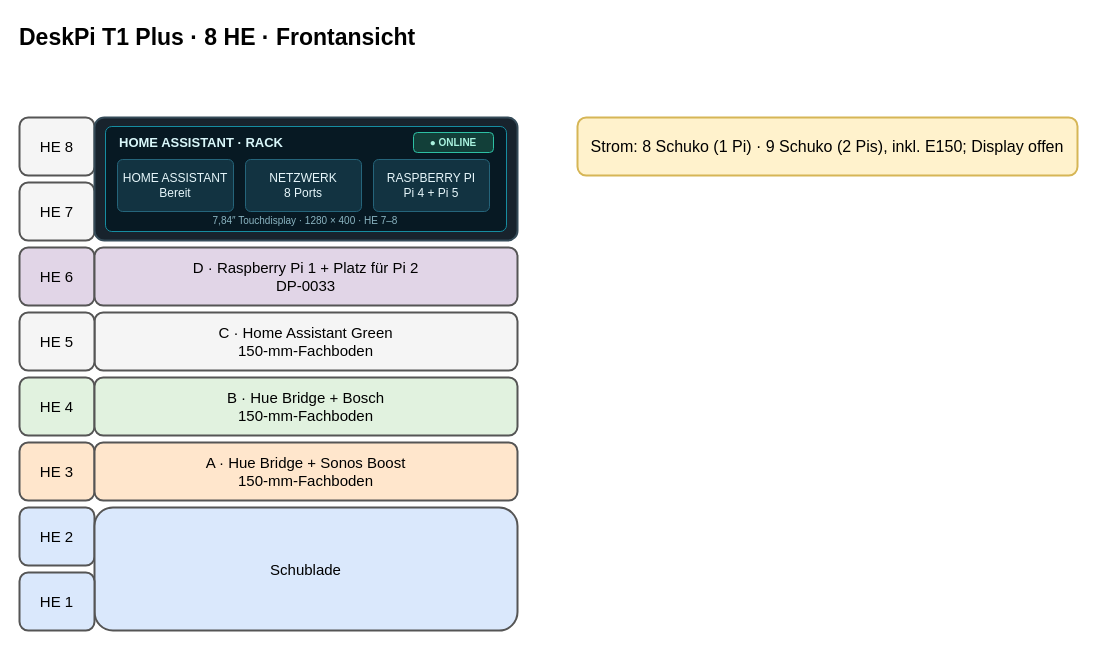
Above: page "DeskPi 8 HE – Front" (1 of 5) of 10-zoll-rack-planung.drawio in tiptronic/diagrams (draw.io), before the change. Source tidied: cells renumbered, new cells numbered last; positions are measured from the earlier drawing's top-left corner, leaving out a move shared by most shapes. Both pictures are drawn from the tidied source at 100%, with x=0, y=0 at pixel (17, 17).
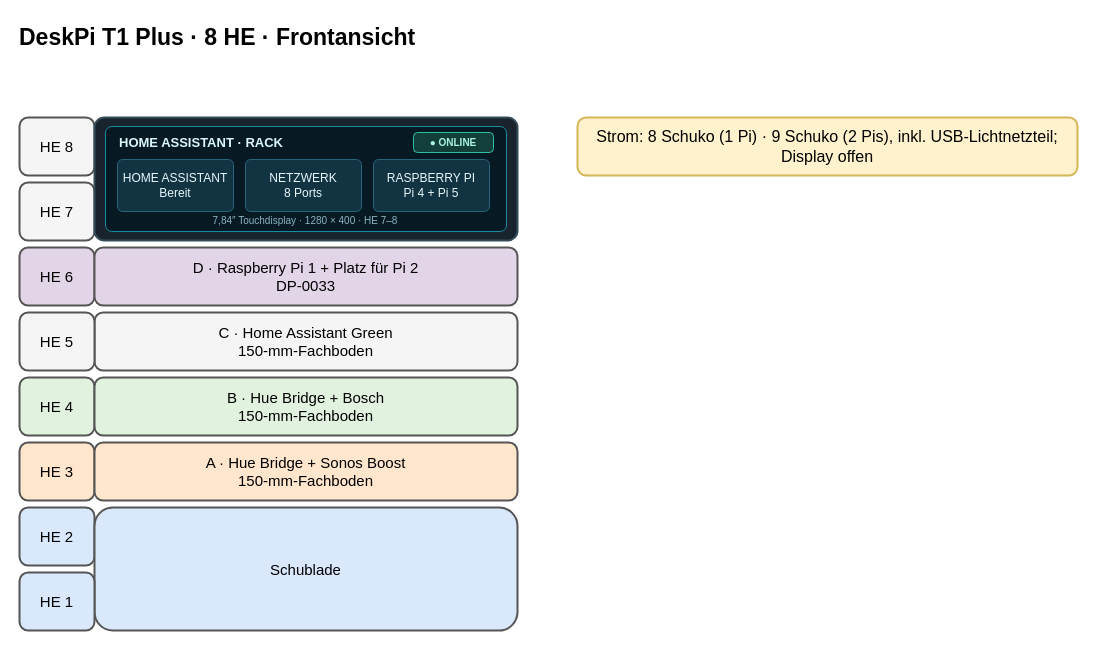
The same diagram, later.

Commit message:
Keep USB light supply model open

What changed in the source:
```diff
@@
-    <mxCell id="24" value="Strom: 8 Schuko (1 Pi) · 9 Schuko (2 Pis), inkl. E150; Display offen" style="rounded=1;whiteSpace=wrap;html=1;align=center;verticalAlign=middle;strokeWidth=2;fontSize=16;fillColor=#fff2cc;strokeColor=#d6b656;" parent="1" vertex="1">
+    <mxCell id="24" value="Strom: 8 Schuko (1 Pi) · 9 Schuko (2 Pis), inkl. USB-Lichtnetzteil; Display offen" style="rounded=1;whiteSpace=wrap;html=1;align=center;verticalAlign=middle;strokeWidth=2;fontSize=16;fillColor=#fff2cc;strokeColor=#d6b656;" parent="1" vertex="1">
       <mxGeometry x="560" y="100" width="500" height="58" as="geometry" />
     </mxCell>
```
